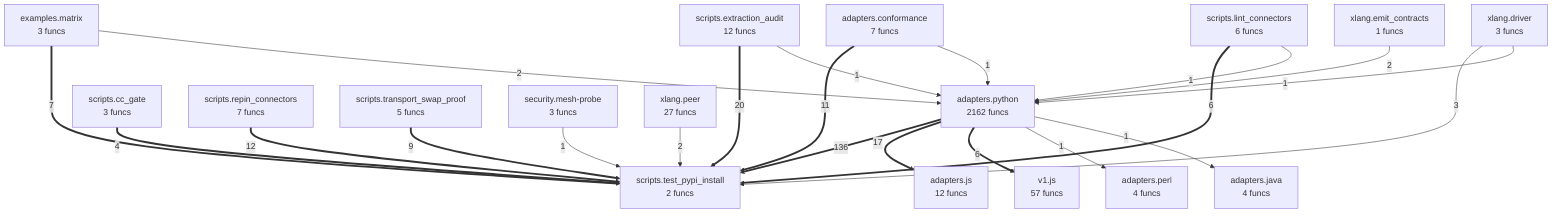
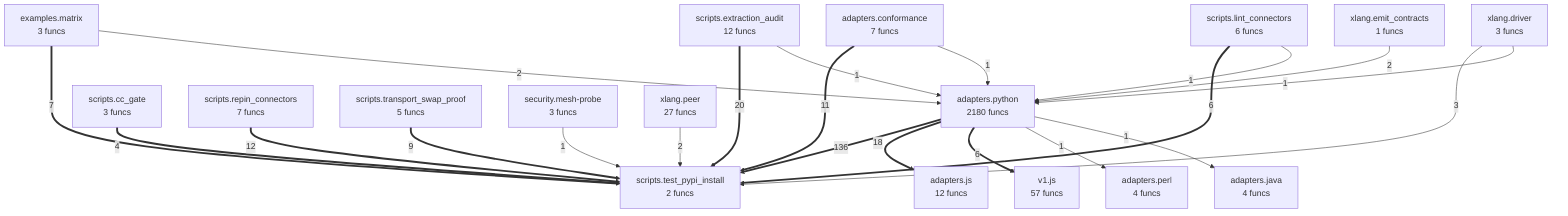
flowchart TD
- %% generated in 0.09s
+ %% generated in 0.07s
    adapters__conformance["adapters.conformance<br/>7 funcs"]
    adapters__java["adapters.java<br/>4 funcs"]
    adapters__js["adapters.js<br/>12 funcs"]
    adapters__perl["adapters.perl<br/>4 funcs"]
-     adapters__python["adapters.python<br/>2162 funcs"]
+     adapters__python["adapters.python<br/>2180 funcs"]
    examples__matrix["examples.matrix<br/>3 funcs"]
    scripts__cc_gate["scripts.cc_gate<br/>3 funcs"]
    scripts__extraction_audit["scripts.extraction_audit<br/>12 funcs"]
    scripts__lint_connectors["scripts.lint_connectors<br/>6 funcs"]
    scripts__repin_connectors["scripts.repin_connectors<br/>7 funcs"]
    scripts__test_pypi_install["scripts.test_pypi_install<br/>2 funcs"]
    scripts__transport_swap_proof["scripts.transport_swap_proof<br/>5 funcs"]
    security__mesh_probe["security.mesh-probe<br/>3 funcs"]
    v1__js["v1.js<br/>57 funcs"]
    xlang__driver["xlang.driver<br/>3 funcs"]
    xlang__emit_contracts["xlang.emit_contracts<br/>1 funcs"]
    xlang__peer["xlang.peer<br/>27 funcs"]
    adapters__python ==>|136| scripts__test_pypi_install
    scripts__extraction_audit ==>|20| scripts__test_pypi_install
-     adapters__python ==>|17| adapters__js
+     adapters__python ==>|18| adapters__js
    scripts__repin_connectors ==>|12| scripts__test_pypi_install
    adapters__conformance ==>|11| scripts__test_pypi_install
    scripts__transport_swap_proof ==>|9| scripts__test_pypi_install
    examples__matrix ==>|7| scripts__test_pypi_install
    scripts__lint_connectors ==>|6| scripts__test_pypi_install
    adapters__python ==>|6| v1__js
    scripts__cc_gate ==>|4| scripts__test_pypi_install
    xlang__driver -->|3| scripts__test_pypi_install
    examples__matrix -->|2| adapters__python
    xlang__emit_contracts -->|2| adapters__python
    xlang__peer -->|2| scripts__test_pypi_install
    security__mesh_probe -->|1| scripts__test_pypi_install
    scripts__lint_connectors -->|1| adapters__python
    scripts__extraction_audit -->|1| adapters__python
    adapters__conformance -->|1| adapters__python
    adapters__python -->|1| adapters__perl
    adapters__python -->|1| adapters__java
    xlang__driver -->|1| adapters__python
